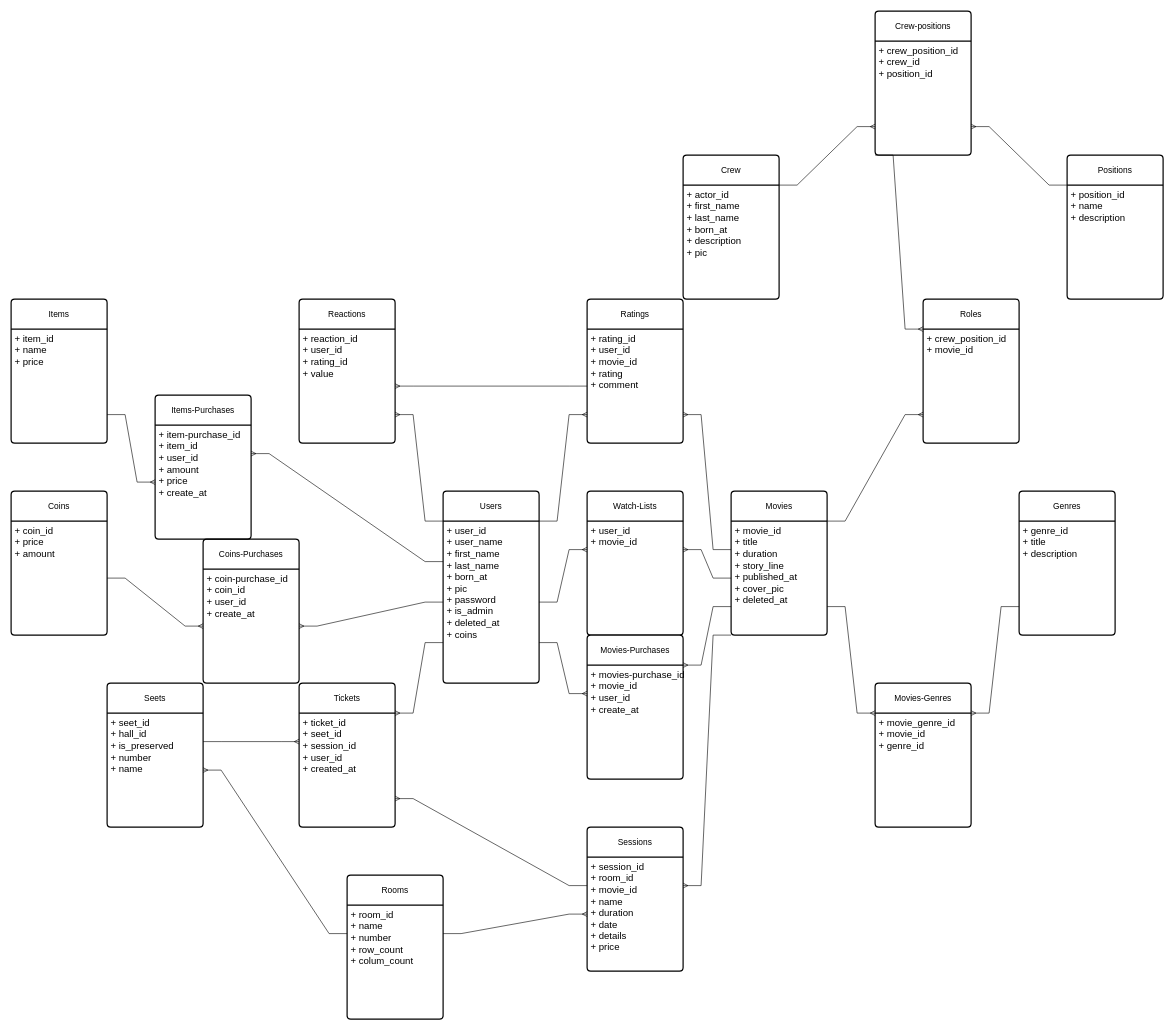
Above: extra/ERD.drawio in khaled-al-hamwie/cinema_managment_system_v1 (draw.io), before the change. Source tidied: cells renumbered, new cells numbered last; positions are measured from the earlier drawing's top-left corner, leaving out a move shared by most shapes. Both pictures are drawn from the tidied source at 60%, with x=0, y=0 at pixel (11, 11).
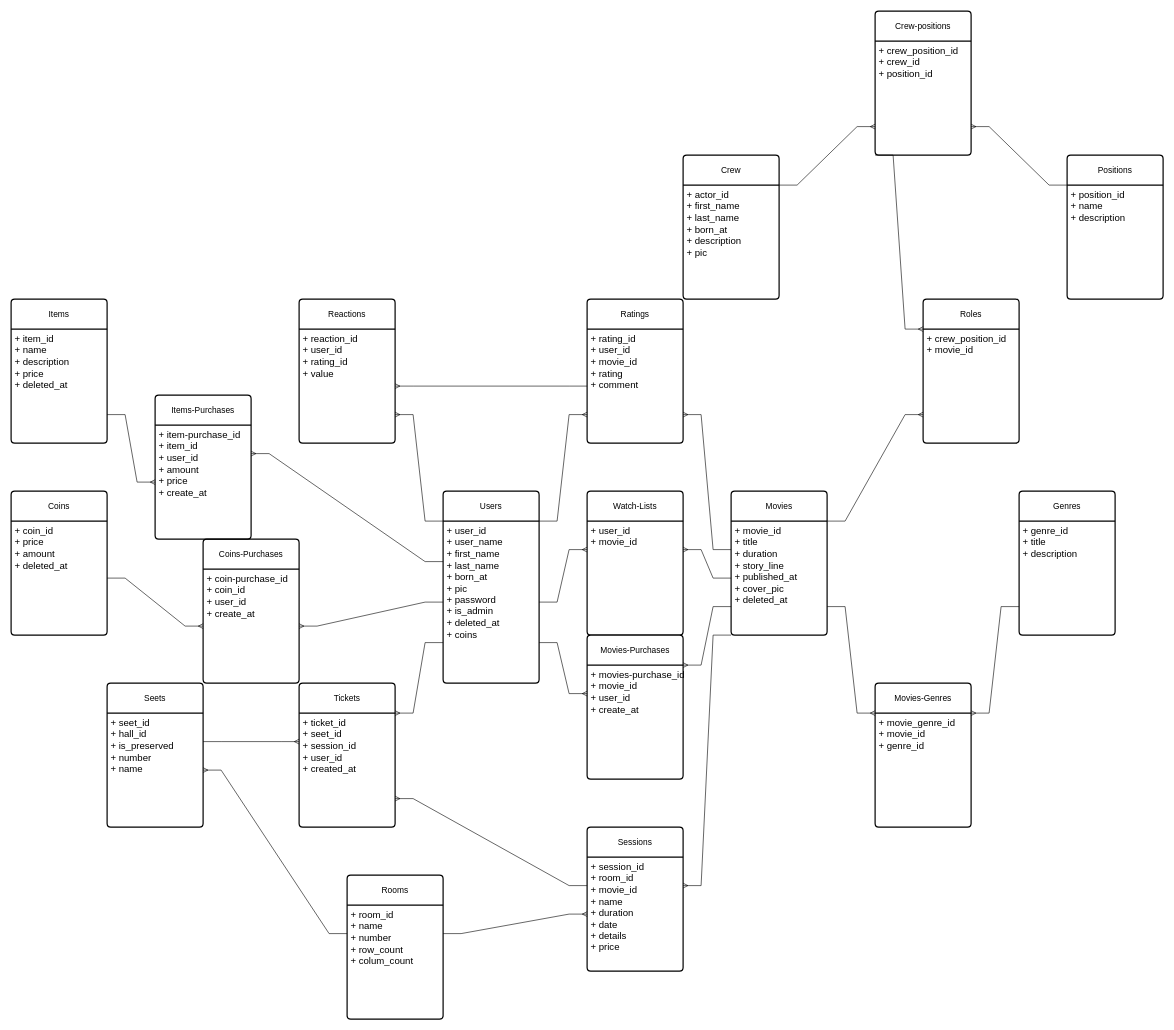
Above is the later version.

Commit message:
erd adding the description to the items

The change refers to these unchanged cells:
```xml
<mxCell id="50" value="Coins" style="swimlane;horizontal=1;startSize=50;rounded=1;fontSize=14;fontStyle=0;strokeWidth=2;shadow=0;dashed=0;align=center;arcSize=4;whiteSpace=wrap;html=1;" parent="1" vertex="1">
  <mxGeometry y="800" width="160" height="240" as="geometry" />
</mxCell>
<mxCell id="58" value="Items" style="swimlane;horizontal=1;startSize=50;rounded=1;fontSize=14;fontStyle=0;strokeWidth=2;shadow=0;dashed=0;align=center;arcSize=4;whiteSpace=wrap;html=1;" parent="1" vertex="1">
  <mxGeometry y="480" width="160" height="240" as="geometry" />
</mxCell>
```

Diff of the diagram source:
```diff
@@
-    <mxCell id="51" value="&lt;font style=&quot;font-size: 16px;&quot;&gt;+ coin_id&amp;nbsp;&lt;br&gt;+ price&lt;br&gt;+ amount&lt;br&gt;&lt;/font&gt;" style="align=left;strokeColor=none;fillColor=none;spacingLeft=4;fontSize=12;verticalAlign=top;html=1;" parent="50" vertex="1">
+    <mxCell id="51" value="&lt;font style=&quot;font-size: 16px;&quot;&gt;+ coin_id&amp;nbsp;&lt;br&gt;+ price&lt;br&gt;+ amount&lt;br&gt;+ deleted_at&lt;br&gt;&lt;/font&gt;" style="align=left;strokeColor=none;fillColor=none;spacingLeft=4;fontSize=12;verticalAlign=top;html=1;" parent="50" vertex="1">
       <mxGeometry y="50" width="160" height="190" as="geometry" />
     </mxCell>
@@
-    <mxCell id="59" value="&lt;font style=&quot;font-size: 16px;&quot;&gt;+ item_id&amp;nbsp;&lt;br&gt;+ name&lt;br&gt;+ price&lt;br&gt;&lt;/font&gt;" style="align=left;strokeColor=none;fillColor=none;spacingLeft=4;fontSize=12;verticalAlign=top;html=1;" parent="58" vertex="1">
+    <mxCell id="59" value="&lt;font style=&quot;font-size: 16px;&quot;&gt;+ item_id&amp;nbsp;&lt;br&gt;+ name&lt;br&gt;+ description&lt;br&gt;+ price&lt;br&gt;+ deleted_at&lt;br&gt;&lt;/font&gt;" style="align=left;strokeColor=none;fillColor=none;spacingLeft=4;fontSize=12;verticalAlign=top;html=1;" parent="58" vertex="1">
       <mxGeometry y="50" width="160" height="190" as="geometry" />
     </mxCell>
```
